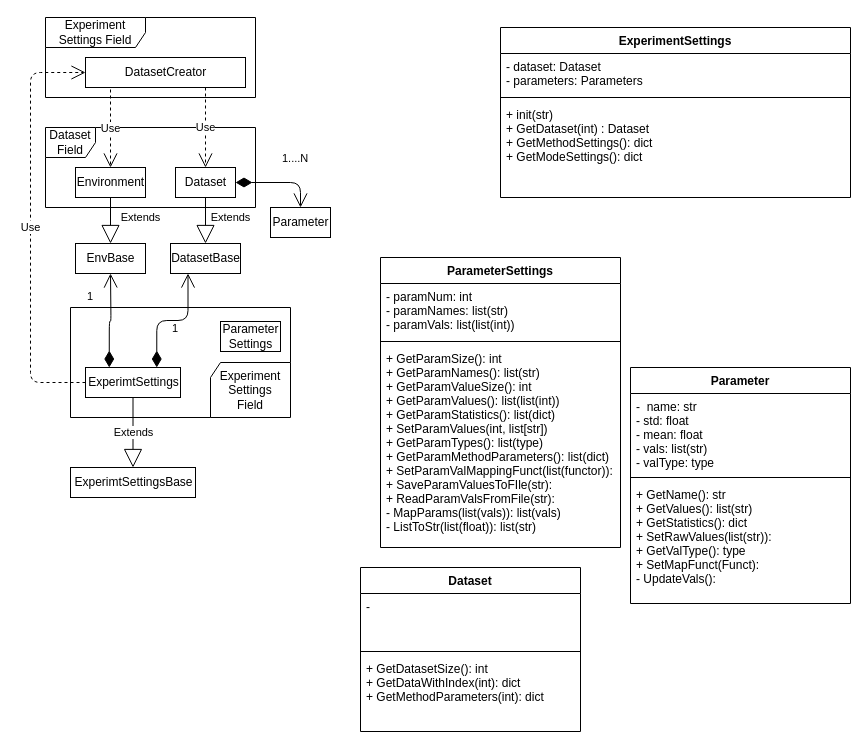
gokhangg/Uncertainix keeps this draw.io diagram as page "ExperimentSettingsNode" (2 of 4) of Documents/Uncertainix.drawio. Above is the earlier version. Source tidied: cells renumbered, new cells numbered last; positions are measured from the earlier drawing's top-left corner, leaving out a move shared by most shapes. Both pictures are drawn from the tidied source at 100%, with x=0, y=0 at pixel (30, 17).
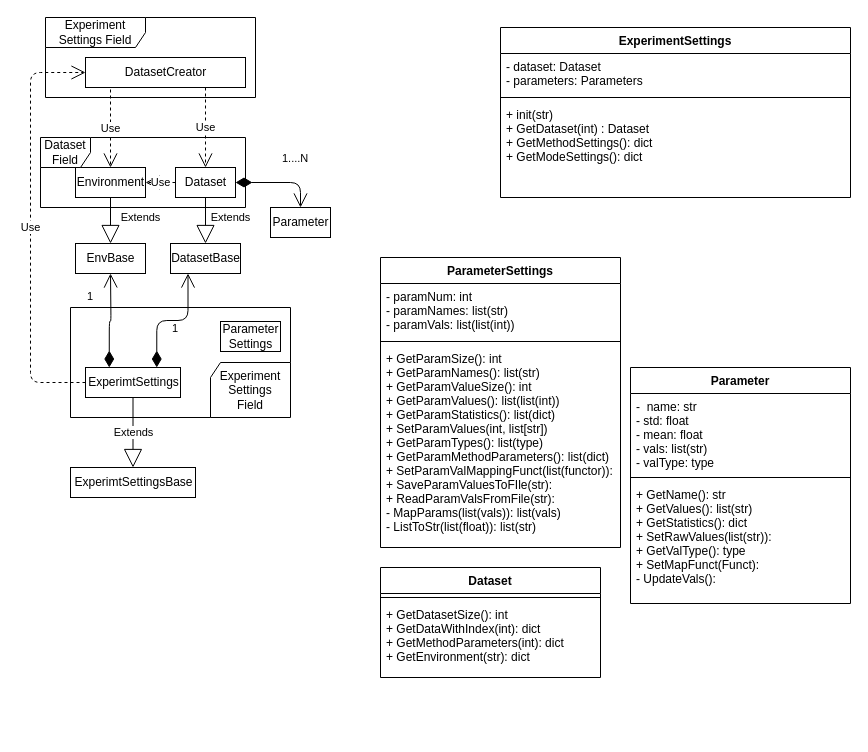
After the change.

Unchanged cells that the change refers to:
```xml
<mxCell id="3" value="Dataset" style="html=1;" parent="1" vertex="1">
  <mxGeometry x="145" y="150" width="60" height="30" as="geometry" />
</mxCell>
<mxCell id="4" value="Environment" style="html=1;" parent="1" vertex="1">
  <mxGeometry x="45" y="150" width="70" height="30" as="geometry" />
</mxCell>
```

Diff of the diagram source:
```diff
@@
     <mxCell id="9" value="Dataset&lt;br&gt;Field" style="shape=umlFrame;whiteSpace=wrap;html=1;width=50;height=30;" parent="1" vertex="1">
-      <mxGeometry x="15" y="110" width="210" height="80" as="geometry" />
+      <mxGeometry x="10" y="120" width="205" height="70" as="geometry" />
     </mxCell>
@@
     <mxCell id="33" value="Dataset" style="swimlane;fontStyle=1;align=center;verticalAlign=top;horizontal=1;startSize=26;" parent="1" vertex="1">
-      <mxGeometry x="330" y="550" width="220" height="164" as="geometry" />
+      <mxGeometry x="350" y="550" width="220" height="110" as="geometry" />
     </mxCell>
-    <mxCell id="34" value="- &#10;" style="text;strokeColor=none;fillColor=none;align=left;verticalAlign=top;spacingLeft=4;spacingRight=4;overflow=hidden;" parent="33" vertex="1">
-      <mxGeometry y="26" width="220" height="54" as="geometry" />
-    </mxCell>
     <mxCell id="35" style="line;strokeWidth=1;fillColor=none;align=left;verticalAlign=middle;spacingTop=-1;spacingLeft=3;spacingRight=3;labelPosition=right;" parent="33" vertex="1">
-      <mxGeometry y="80" width="220" height="8" as="geometry" />
+      <mxGeometry y="26" width="220" height="8" as="geometry" />
     </mxCell>
-    <mxCell id="36" value="+ GetDatasetSize(): int&#10;+ GetDataWithIndex(int): dict&#10;+ GetMethodParameters(int): dict" style="text;strokeColor=none;fillColor=none;align=left;verticalAlign=top;spacingLeft=4;spacingRight=4;overflow=hidden;" parent="33" vertex="1">
-      <mxGeometry y="88" width="220" height="76" as="geometry" />
+    <mxCell id="36" value="+ GetDatasetSize(): int&#10;+ GetDataWithIndex(int): dict&#10;+ GetMethodParameters(int): dict&#10;+ GetEnvironment(str): dict" style="text;strokeColor=none;fillColor=none;align=left;verticalAlign=top;spacingLeft=4;spacingRight=4;overflow=hidden;" parent="33" vertex="1">
+      <mxGeometry y="34" width="220" height="76" as="geometry" />
     </mxCell>
@@
+    <mxCell id="39" value="Use" style="endArrow=open;endSize=12;dashed=1;html=1;exitX=0;exitY=0.5;exitDx=0;exitDy=0;entryX=1;entryY=0.5;entryDx=0;entryDy=0;" parent="1" edge="1" source="3" target="4">
+      <mxGeometry relative="1" as="geometry" />
+    </mxCell>
```
